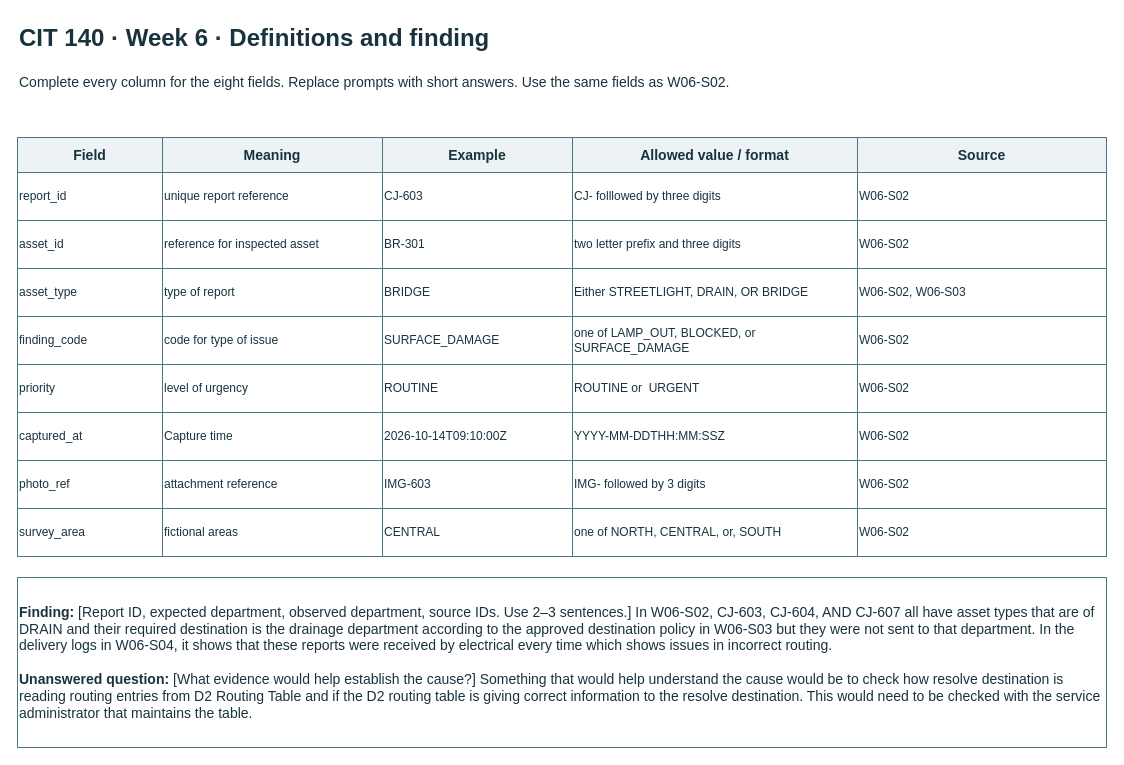
Earlier version of the draw.io diagram page "3 Definitions and finding" (3 of 3) of Week06/Artifact/Rodriguez_Alexandra_CIT140-Week06-Starter.drawio (a-rodri/CIT140-Portfolio). Source tidied: cells renumbered, new cells numbered last; positions are measured from the earlier drawing's top-left corner, leaving out a move shared by most shapes. Both pictures are drawn from the tidied source at 100%, with x=0, y=0 at pixel (17, 17).
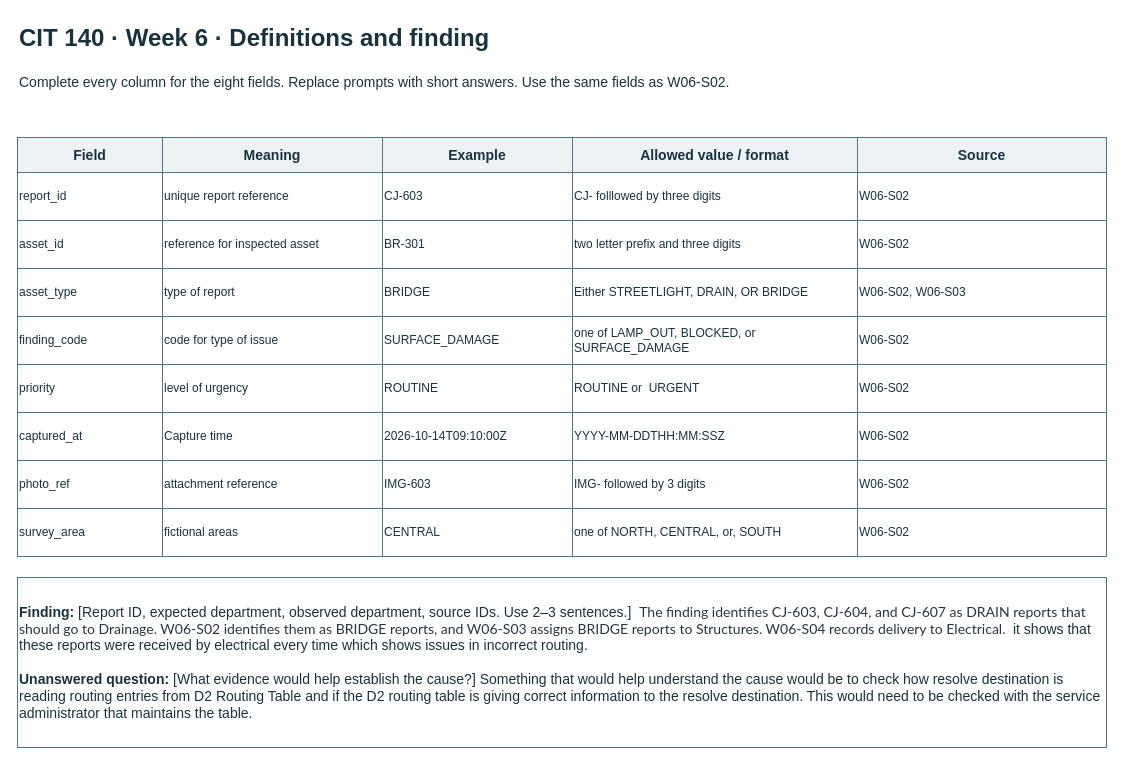
After the change.

What changed in the source:
```diff
@@
-    <mxCell id="49" value="&lt;b&gt;Finding:&lt;/b&gt; [Report ID, expected department, observed department, source IDs. Use 2–3 sentences.] In W06-S02, CJ-603, CJ-604, AND CJ-607 all have asset types that are of DRAIN and their required destination is the drainage department according to the approved destination policy in W06-S03 but they were not sent to that department. In the delivery logs in W06-S04, it shows that these reports were received by electrical every time which shows issues in incorrect routing.&amp;nbsp;&lt;br&gt;&lt;br&gt;&lt;b&gt;Unanswered question:&lt;/b&gt; [What evidence would help establish the cause?] Something that would help understand the cause would be to check how resolve destination is reading routing entries from D2 Routing Table and if the D2 routing table is giving correct information to the resolve destination. This would need to be checked with the service administrator that maintains the table." style="whiteSpace=wrap;html=1;fontFamily=Arial;fontSize=14;fontColor=#18333e;strokeColor=#4d7682;fillColor=#ffffff;align=left;" parent="1" vertex="1">
+    <mxCell id="49" value="&lt;b&gt;Finding:&lt;/b&gt; [Report ID, expected department, observed department, source IDs. Use 2–3 sentences.]&amp;nbsp;&amp;nbsp;&lt;span style=&quot;color: rgb(39, 53, 64); font-family: LatoWeb, &amp;quot;Lato Extended&amp;quot;, Lato, &amp;quot;Helvetica Neue&amp;quot;, Helvetica, Arial, sans-serif; background-color: rgb(255, 255, 255);&quot;&gt;The finding identifies CJ-603, CJ-604, and CJ-607 as DRAIN reports that should go to Drainage. W06-S02 identifies them as BRIDGE reports, and W06-S03 assigns BRIDGE reports to Structures. W06-S04 records delivery to Electrical.&amp;nbsp;&lt;/span&gt;&amp;nbsp;it shows that these reports were received by electrical every time which shows issues in incorrect routing.&lt;br&gt;&lt;br&gt;&lt;b&gt;Unanswered question:&lt;/b&gt; [What evidence would help establish the cause?] Something that would help understand the cause would be to check how resolve destination is reading routing entries from D2 Routing Table and if the D2 routing table is giving correct information to the resolve destination. This would need to be checked with the service administrator that maintains the table.&amp;nbsp;" style="whiteSpace=wrap;html=1;fontFamily=Arial;fontSize=14;fontColor=#18333e;strokeColor=#4d7682;fillColor=#ffffff;align=left;" parent="1" vertex="1">
       <mxGeometry y="560" width="1089" height="170" as="geometry" />
     </mxCell>
```
